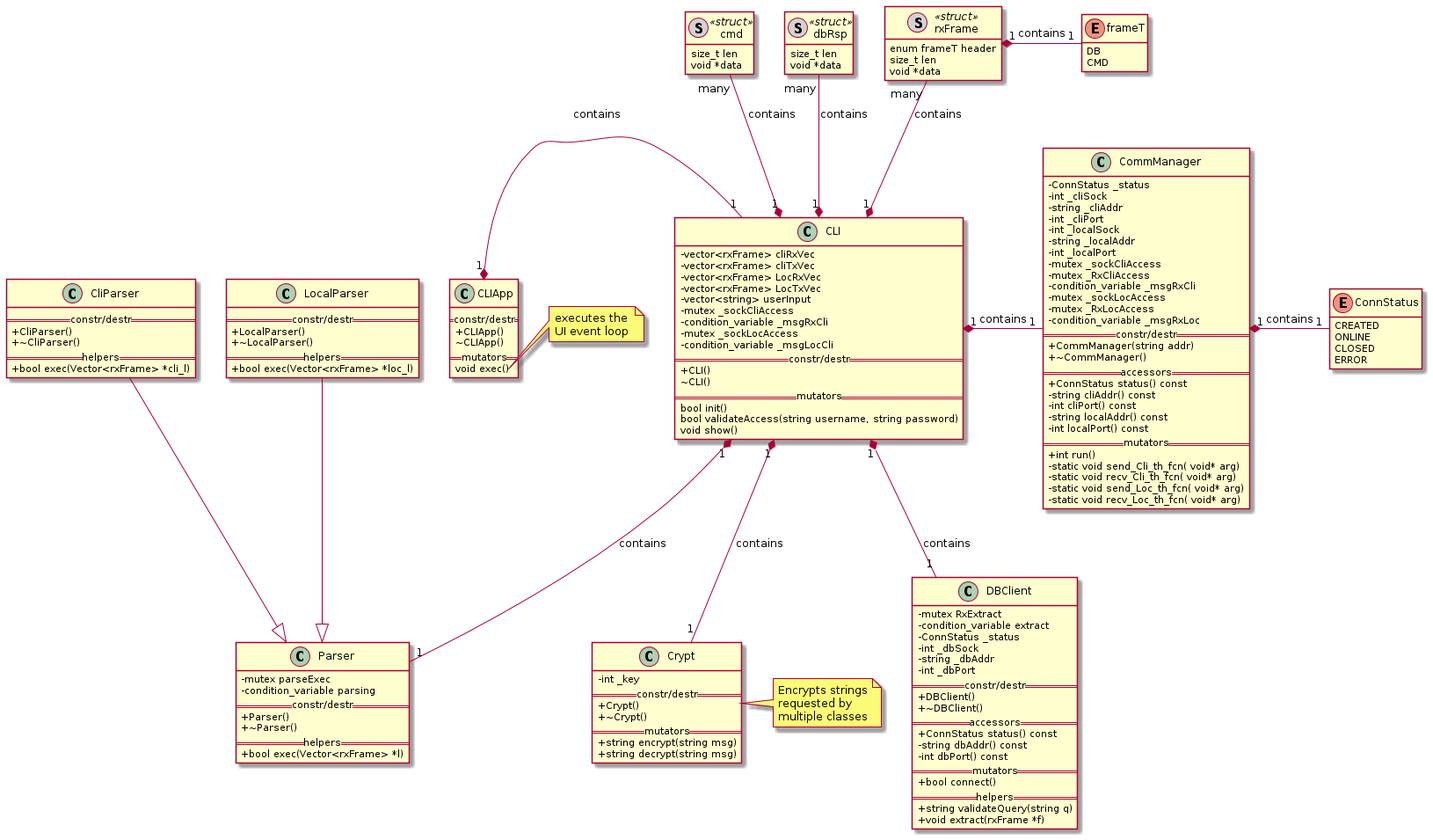
The PlantUML diagram Proj/report/img/class-diag-rs-hugo.png in ElectroQuanta/MDO, before a commit.
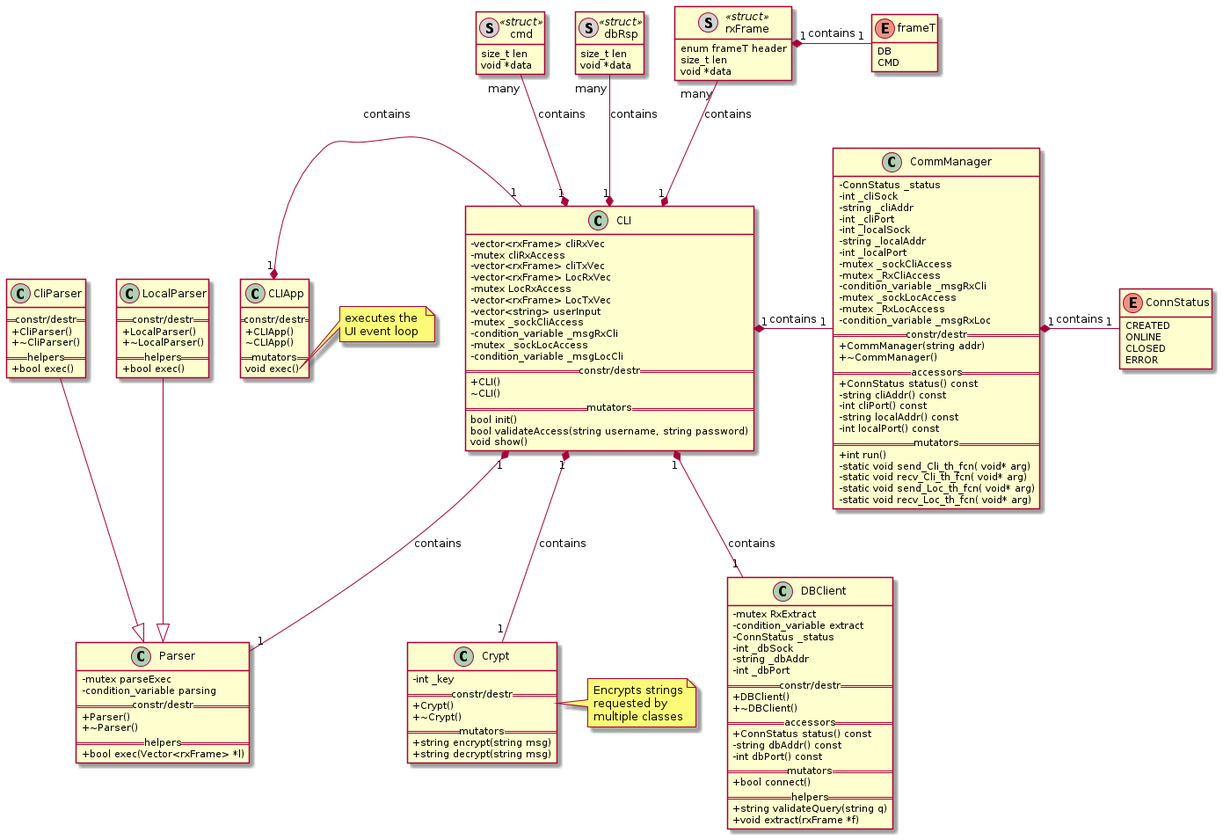
Later version of the same file.

Diff of the diagram source:
```diff
@@ -42,8 +42,10 @@
     end note
 class CLI{
   - vector<rxFrame> cliRxVec
+  - mutex cliRxAccess
   - vector<rxFrame> cliTxVec
   - vector<rxFrame> LocRxVec
+  - mutex LocRxAccess
   - vector<rxFrame> LocTxVec
   - vector<string> userInput
   - mutex _sockCliAccess
@@ -138,14 +140,14 @@
   +CliParser()
   +~CliParser()
   == helpers ==
-  + bool exec(Vector<rxFrame> *cli_l)
+  + bool exec()
 }
 class LocalParser{
   == constr/destr ==
   +LocalParser()
   +~LocalParser()
   == helpers ==
-  + bool exec(Vector<rxFrame> *loc_l)
+  + bool exec()
 }
 
 
```
